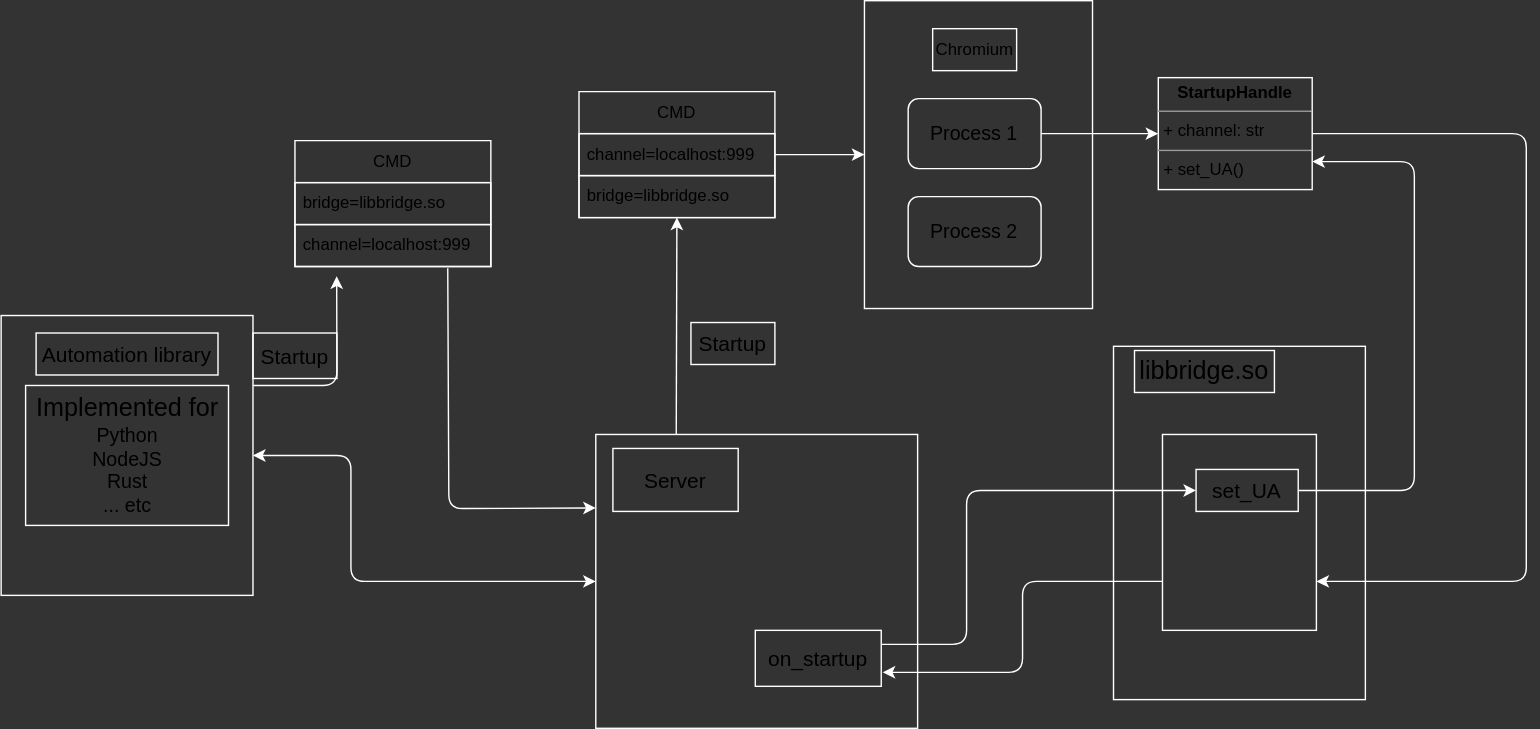
Earlier version of the draw.io export chrx/bridge.drawio.svg (chrxer/chrx-design). Source tidied: cells renumbered, new cells last; positions are measured from the earlier drawing's top-left corner, leaving out a move shared by most shapes.
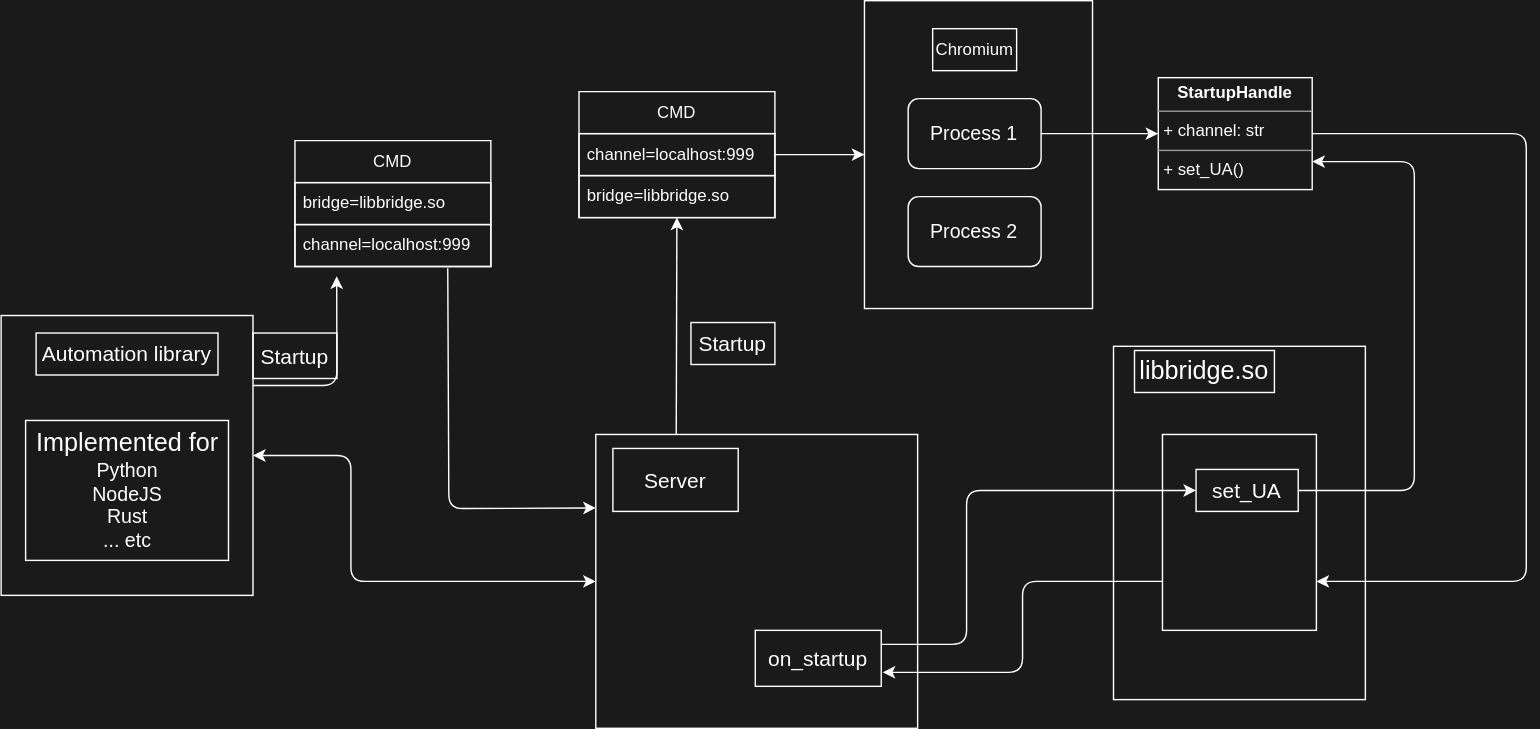
The same diagram one commit later.

Change to the diagram source:
```diff
@@ -1,23 +1,23 @@
-<mxGraphModel background="#333333">
+<mxGraphModel background="#1A1A1A">
   <root>
     <mxCell id="0" />
     <mxCell id="1" parent="0" />
-    <mxCell id="2" style="rounded=0;whiteSpace=wrap;html=1;fillColor=none;strokeColor=#FFFFFF;fontColor=#000000;" parent="1" vertex="1">
+    <mxCell id="2" style="rounded=0;whiteSpace=wrap;html=1;fillColor=none;strokeColor=#FFFFFF;fontColor=#FFFFFF;" parent="1" vertex="1">
       <mxGeometry x="617" width="163" height="220" as="geometry" />
     </mxCell>
-    <mxCell id="3" value="CMD" style="swimlane;fontStyle=0;horizontal=1;startSize=30;whiteSpace=wrap;html=1;fillColor=none;strokeColor=#FFFFFF;fontColor=#000000;" parent="1" vertex="1">
+    <mxCell id="3" value="CMD" style="swimlane;fontStyle=0;horizontal=1;startSize=30;whiteSpace=wrap;html=1;fillColor=none;strokeColor=#FFFFFF;fontColor=#FFFFFF;" parent="1" vertex="1">
       <mxGeometry x="413" y="65" width="140" height="90" as="geometry" />
     </mxCell>
-    <mxCell id="4" value="channel=localhost:999" style="text;strokeColor=#FFFFFF;fillColor=none;align=left;verticalAlign=middle;spacingLeft=4;spacingRight=4;overflow=hidden;points=[[0,0.5],[1,0.5]];portConstraint=eastwest;whiteSpace=wrap;html=1;fontColor=#000000;" parent="3" vertex="1">
+    <mxCell id="4" value="channel=localhost:999" style="text;strokeColor=#FFFFFF;fillColor=none;align=left;verticalAlign=middle;spacingLeft=4;spacingRight=4;overflow=hidden;points=[[0,0.5],[1,0.5]];portConstraint=eastwest;whiteSpace=wrap;html=1;fontColor=#FFFFFF;" parent="3" vertex="1">
       <mxGeometry y="30" width="140" height="30" as="geometry" />
     </mxCell>
-    <mxCell id="5" value="bridge=libbridge.so" style="text;strokeColor=#FFFFFF;fillColor=none;align=left;verticalAlign=middle;spacingLeft=4;spacingRight=4;overflow=hidden;points=[[0,0.5],[1,0.5]];portConstraint=eastwest;whiteSpace=wrap;html=1;fontColor=#000000;" parent="3" vertex="1">
+    <mxCell id="5" value="bridge=libbridge.so" style="text;strokeColor=#FFFFFF;fillColor=none;align=left;verticalAlign=middle;spacingLeft=4;spacingRight=4;overflow=hidden;points=[[0,0.5],[1,0.5]];portConstraint=eastwest;whiteSpace=wrap;html=1;fontColor=#FFFFFF;" parent="3" vertex="1">
       <mxGeometry y="60" width="140" height="30" as="geometry" />
     </mxCell>
-    <mxCell id="6" style="edgeStyle=none;html=1;exitX=1;exitY=0.5;exitDx=0;exitDy=0;entryX=0;entryY=0.5;entryDx=0;entryDy=0;strokeColor=#FFFFFF;fontColor=#000000;" parent="1" edge="1" source="4" target="2">
+    <mxCell id="6" style="edgeStyle=none;html=1;exitX=1;exitY=0.5;exitDx=0;exitDy=0;entryX=0;entryY=0.5;entryDx=0;entryDy=0;strokeColor=#FFFFFF;fontColor=#FFFFFF;" parent="1" edge="1" source="4" target="2">
       <mxGeometry relative="1" as="geometry" />
     </mxCell>
-    <mxCell id="7" style="edgeStyle=none;html=1;exitX=1;exitY=0.5;exitDx=0;exitDy=0;fontSize=15;entryX=1;entryY=0.75;entryDx=0;entryDy=0;strokeColor=#FFFFFF;fontColor=#000000;" parent="1" edge="1" source="8" target="23">
+    <mxCell id="7" style="edgeStyle=none;html=1;exitX=1;exitY=0.5;exitDx=0;exitDy=0;fontSize=15;entryX=1;entryY=0.75;entryDx=0;entryDy=0;strokeColor=#FFFFFF;fontColor=#FFFFFF;" parent="1" edge="1" source="8" target="23">
       <mxGeometry relative="1" as="geometry">
         <Array as="points">
           <mxPoint x="1090" y="95" />
@@ -25,49 +25,49 @@
         </Array>
       </mxGeometry>
     </mxCell>
-    <mxCell id="8" value="&lt;p style=&quot;margin:0px;margin-top:4px;text-align:center;&quot;&gt;&lt;b&gt;StartupHandle&lt;/b&gt;&lt;/p&gt;&lt;hr size=&quot;1&quot;&gt;&lt;p style=&quot;margin:0px;margin-left:4px;&quot;&gt;+ channel: str&amp;nbsp;&lt;/p&gt;&lt;hr size=&quot;1&quot;&gt;&lt;p style=&quot;margin:0px;margin-left:4px;&quot;&gt;+ set_UA()&lt;/p&gt;" style="verticalAlign=top;align=left;overflow=fill;fontSize=12;fontFamily=Helvetica;html=1;fillColor=none;strokeColor=#FFFFFF;fontColor=#000000;" parent="1" vertex="1">
+    <mxCell id="8" value="&lt;p style=&quot;margin:0px;margin-top:4px;text-align:center;&quot;&gt;&lt;b&gt;StartupHandle&lt;/b&gt;&lt;/p&gt;&lt;hr size=&quot;1&quot;&gt;&lt;p style=&quot;margin:0px;margin-left:4px;&quot;&gt;+ channel: str&amp;nbsp;&lt;/p&gt;&lt;hr size=&quot;1&quot;&gt;&lt;p style=&quot;margin:0px;margin-left:4px;&quot;&gt;+ set_UA()&lt;/p&gt;" style="verticalAlign=top;align=left;overflow=fill;fontSize=12;fontFamily=Helvetica;html=1;fillColor=none;strokeColor=#FFFFFF;fontColor=#FFFFFF;" parent="1" vertex="1">
       <mxGeometry x="827" y="55" width="110" height="80" as="geometry" />
     </mxCell>
-    <mxCell id="9" style="edgeStyle=none;html=1;exitX=1;exitY=0.5;exitDx=0;exitDy=0;entryX=0;entryY=0.5;entryDx=0;entryDy=0;strokeColor=#FFFFFF;fontColor=#000000;" parent="1" edge="1" source="10" target="8">
+    <mxCell id="9" style="edgeStyle=none;html=1;exitX=1;exitY=0.5;exitDx=0;exitDy=0;entryX=0;entryY=0.5;entryDx=0;entryDy=0;strokeColor=#FFFFFF;fontColor=#FFFFFF;" parent="1" edge="1" source="10" target="8">
       <mxGeometry relative="1" as="geometry" />
     </mxCell>
-    <mxCell id="10" value="&lt;font style=&quot;font-size: 14px;&quot;&gt;Process 1&lt;/font&gt;" style="rounded=1;whiteSpace=wrap;html=1;fillColor=none;strokeColor=#FFFFFF;fontColor=#000000;" parent="1" vertex="1">
+    <mxCell id="10" value="&lt;font style=&quot;font-size: 14px;&quot;&gt;Process 1&lt;/font&gt;" style="rounded=1;whiteSpace=wrap;html=1;fillColor=none;strokeColor=#FFFFFF;fontColor=#FFFFFF;" parent="1" vertex="1">
       <mxGeometry x="648.2" y="70" width="95" height="50" as="geometry" />
     </mxCell>
-    <mxCell id="11" value="&lt;font style=&quot;font-size: 14px;&quot;&gt;Process 2&lt;/font&gt;" style="rounded=1;whiteSpace=wrap;html=1;fillColor=none;strokeColor=#FFFFFF;fontColor=#000000;" parent="1" vertex="1">
+    <mxCell id="11" value="&lt;font style=&quot;font-size: 14px;&quot;&gt;Process 2&lt;/font&gt;" style="rounded=1;whiteSpace=wrap;html=1;fillColor=none;strokeColor=#FFFFFF;fontColor=#FFFFFF;" parent="1" vertex="1">
       <mxGeometry x="648.2" y="140" width="95" height="50" as="geometry" />
     </mxCell>
-    <mxCell id="12" value="Chromium" style="text;html=1;strokeColor=#FFFFFF;fillColor=none;align=center;verticalAlign=middle;whiteSpace=wrap;rounded=0;fontColor=#000000;" parent="1" vertex="1">
+    <mxCell id="12" value="Chromium" style="text;html=1;strokeColor=#FFFFFF;fillColor=none;align=center;verticalAlign=middle;whiteSpace=wrap;rounded=0;fontColor=#FFFFFF;" parent="1" vertex="1">
       <mxGeometry x="665.8" y="20" width="60" height="30" as="geometry" />
     </mxCell>
-    <mxCell id="13" style="rounded=0;whiteSpace=wrap;html=1;fillColor=none;strokeColor=#FFFFFF;fontColor=#000000;" parent="1" vertex="1">
+    <mxCell id="13" style="rounded=0;whiteSpace=wrap;html=1;fillColor=none;strokeColor=#FFFFFF;fontColor=#FFFFFF;" parent="1" vertex="1">
       <mxGeometry x="795" y="247" width="180" height="252.5" as="geometry" />
     </mxCell>
-    <mxCell id="14" value="&lt;font style=&quot;font-size: 18px;&quot;&gt;libbridge.so&lt;/font&gt;" style="text;html=1;strokeColor=#FFFFFF;fillColor=none;align=center;verticalAlign=middle;whiteSpace=wrap;rounded=0;fontSize=18;fontColor=#000000;" parent="1" vertex="1">
+    <mxCell id="14" value="&lt;font style=&quot;font-size: 18px;&quot;&gt;libbridge.so&lt;/font&gt;" style="text;html=1;strokeColor=#FFFFFF;fillColor=none;align=center;verticalAlign=middle;whiteSpace=wrap;rounded=0;fontSize=18;fontColor=#FFFFFF;" parent="1" vertex="1">
       <mxGeometry x="810" y="250" width="100" height="30" as="geometry" />
     </mxCell>
-    <mxCell id="15" value="CMD" style="swimlane;fontStyle=0;horizontal=1;startSize=30;whiteSpace=wrap;html=1;fillColor=none;strokeColor=#FFFFFF;fontColor=#000000;" parent="1" vertex="1">
+    <mxCell id="15" value="CMD" style="swimlane;fontStyle=0;horizontal=1;startSize=30;whiteSpace=wrap;html=1;fillColor=none;strokeColor=#FFFFFF;fontColor=#FFFFFF;" parent="1" vertex="1">
       <mxGeometry x="210" y="100" width="140" height="90" as="geometry" />
     </mxCell>
-    <mxCell id="16" value="bridge=libbridge.so" style="text;strokeColor=#FFFFFF;fillColor=none;align=left;verticalAlign=middle;spacingLeft=4;spacingRight=4;overflow=hidden;whiteSpace=wrap;html=1;fontColor=#000000;" parent="15" vertex="1">
+    <mxCell id="16" value="bridge=libbridge.so" style="text;strokeColor=#FFFFFF;fillColor=none;align=left;verticalAlign=middle;spacingLeft=4;spacingRight=4;overflow=hidden;whiteSpace=wrap;html=1;fontColor=#FFFFFF;" parent="15" vertex="1">
       <mxGeometry y="30" width="140" height="30" as="geometry" />
     </mxCell>
-    <mxCell id="17" value="channel=localhost:999" style="text;strokeColor=#FFFFFF;fillColor=none;align=left;verticalAlign=middle;spacingLeft=4;spacingRight=4;overflow=hidden;points=[[0,0.5],[1,0.5]];portConstraint=eastwest;whiteSpace=wrap;html=1;fontColor=#000000;" parent="15" vertex="1">
+    <mxCell id="17" value="channel=localhost:999" style="text;strokeColor=#FFFFFF;fillColor=none;align=left;verticalAlign=middle;spacingLeft=4;spacingRight=4;overflow=hidden;points=[[0,0.5],[1,0.5]];portConstraint=eastwest;whiteSpace=wrap;html=1;fontColor=#FFFFFF;" parent="15" vertex="1">
       <mxGeometry y="60" width="140" height="30" as="geometry" />
     </mxCell>
-    <mxCell id="18" value="Startup" style="text;html=1;strokeColor=#FFFFFF;fillColor=none;align=center;verticalAlign=middle;whiteSpace=wrap;rounded=0;fontSize=15;fontColor=#000000;" parent="1" vertex="1">
+    <mxCell id="18" value="Startup" style="text;html=1;strokeColor=#FFFFFF;fillColor=none;align=center;verticalAlign=middle;whiteSpace=wrap;rounded=0;fontSize=15;fontColor=#FFFFFF;" parent="1" vertex="1">
       <mxGeometry x="493" y="230" width="60" height="30" as="geometry" />
     </mxCell>
-    <mxCell id="19" style="edgeStyle=none;html=1;exitX=0.25;exitY=0;exitDx=0;exitDy=0;fontSize=15;strokeColor=#FFFFFF;fontColor=#000000;" parent="1" edge="1" source="20" target="5">
+    <mxCell id="19" style="edgeStyle=none;html=1;exitX=0.25;exitY=0;exitDx=0;exitDy=0;fontSize=15;strokeColor=#FFFFFF;fontColor=#FFFFFF;" parent="1" edge="1" source="20" target="5">
       <mxGeometry relative="1" as="geometry" />
     </mxCell>
-    <mxCell id="20" style="rounded=0;whiteSpace=wrap;html=1;fillColor=none;strokeColor=#FFFFFF;fontColor=#000000;" parent="1" vertex="1">
+    <mxCell id="20" style="rounded=0;whiteSpace=wrap;html=1;fillColor=none;strokeColor=#FFFFFF;fontColor=#FFFFFF;" parent="1" vertex="1">
       <mxGeometry x="425" y="310" width="230" height="210" as="geometry" />
     </mxCell>
-    <mxCell id="21" value="Server" style="text;html=1;strokeColor=#FFFFFF;fillColor=none;align=center;verticalAlign=middle;whiteSpace=wrap;rounded=0;fontSize=15;fontColor=#000000;" parent="1" vertex="1">
+    <mxCell id="21" value="Server" style="text;html=1;strokeColor=#FFFFFF;fillColor=none;align=center;verticalAlign=middle;whiteSpace=wrap;rounded=0;fontSize=15;fontColor=#FFFFFF;" parent="1" vertex="1">
       <mxGeometry x="437.2" y="320" width="89.5" height="45" as="geometry" />
     </mxCell>
-    <mxCell id="22" style="edgeStyle=none;html=1;exitX=0;exitY=0.75;exitDx=0;exitDy=0;fontSize=15;strokeColor=#FFFFFF;fontColor=#000000;" parent="1" edge="1" source="23">
+    <mxCell id="22" style="edgeStyle=none;html=1;exitX=0;exitY=0.75;exitDx=0;exitDy=0;fontSize=15;strokeColor=#FFFFFF;fontColor=#FFFFFF;" parent="1" edge="1" source="23">
       <mxGeometry relative="1" as="geometry">
         <mxPoint x="630" y="480" as="targetPoint" />
         <Array as="points">
@@ -76,10 +76,10 @@
         </Array>
       </mxGeometry>
     </mxCell>
-    <mxCell id="23" style="rounded=0;whiteSpace=wrap;html=1;fontSize=15;fillColor=none;strokeColor=#FFFFFF;fontColor=#000000;" parent="1" vertex="1">
+    <mxCell id="23" style="rounded=0;whiteSpace=wrap;html=1;fontSize=15;fillColor=none;strokeColor=#FFFFFF;fontColor=#FFFFFF;" parent="1" vertex="1">
       <mxGeometry x="830" y="310" width="110" height="140" as="geometry" />
     </mxCell>
-    <mxCell id="24" style="edgeStyle=none;html=1;exitX=1;exitY=0.25;exitDx=0;exitDy=0;entryX=0;entryY=0.5;entryDx=0;entryDy=0;fontSize=15;strokeColor=#FFFFFF;fontColor=#000000;" parent="1" edge="1" source="25" target="30">
+    <mxCell id="24" style="edgeStyle=none;html=1;exitX=1;exitY=0.25;exitDx=0;exitDy=0;entryX=0;entryY=0.5;entryDx=0;entryDy=0;fontSize=15;strokeColor=#FFFFFF;fontColor=#FFFFFF;" parent="1" edge="1" source="25" target="30">
       <mxGeometry relative="1" as="geometry">
         <Array as="points">
           <mxPoint x="690" y="460" />
@@ -87,23 +87,23 @@
         </Array>
       </mxGeometry>
     </mxCell>
-    <mxCell id="25" value="on_startup" style="rounded=0;whiteSpace=wrap;html=1;fontSize=15;fillColor=none;strokeColor=#FFFFFF;fontColor=#000000;" parent="1" vertex="1">
+    <mxCell id="25" value="on_startup" style="rounded=0;whiteSpace=wrap;html=1;fontSize=15;fillColor=none;strokeColor=#FFFFFF;fontColor=#FFFFFF;" parent="1" vertex="1">
       <mxGeometry x="539" y="450" width="90" height="40" as="geometry" />
     </mxCell>
-    <mxCell id="26" style="edgeStyle=none;html=1;exitX=1;exitY=0.25;exitDx=0;exitDy=0;entryX=0.213;entryY=1.233;entryDx=0;entryDy=0;fontSize=15;entryPerimeter=0;strokeColor=#FFFFFF;fontColor=#000000;" parent="1" edge="1" source="27" target="17">
+    <mxCell id="26" style="edgeStyle=none;html=1;exitX=1;exitY=0.25;exitDx=0;exitDy=0;entryX=0.213;entryY=1.233;entryDx=0;entryDy=0;fontSize=15;entryPerimeter=0;strokeColor=#FFFFFF;fontColor=#FFFFFF;" parent="1" edge="1" source="27" target="17">
       <mxGeometry relative="1" as="geometry">
         <Array as="points">
           <mxPoint x="240" y="275" />
         </Array>
       </mxGeometry>
     </mxCell>
-    <mxCell id="27" style="rounded=0;whiteSpace=wrap;html=1;fontSize=15;fillColor=none;strokeColor=#FFFFFF;fontColor=#000000;" parent="1" vertex="1">
+    <mxCell id="27" style="rounded=0;whiteSpace=wrap;html=1;fontSize=15;fillColor=none;strokeColor=#FFFFFF;fontColor=#FFFFFF;" parent="1" vertex="1">
       <mxGeometry y="225" width="180" height="200" as="geometry" />
     </mxCell>
-    <mxCell id="28" value="Automation library" style="text;html=1;strokeColor=#FFFFFF;fillColor=none;align=center;verticalAlign=middle;whiteSpace=wrap;rounded=0;fontSize=15;fontColor=#000000;" parent="1" vertex="1">
+    <mxCell id="28" value="Automation library" style="text;html=1;strokeColor=#FFFFFF;fillColor=none;align=center;verticalAlign=middle;whiteSpace=wrap;rounded=0;fontSize=15;fontColor=#FFFFFF;" parent="1" vertex="1">
       <mxGeometry x="25" y="237.5" width="130" height="30" as="geometry" />
     </mxCell>
-    <mxCell id="29" style="edgeStyle=none;html=1;exitX=1;exitY=0.5;exitDx=0;exitDy=0;entryX=1;entryY=0.75;entryDx=0;entryDy=0;fontSize=15;strokeColor=#FFFFFF;fontColor=#000000;" parent="1" edge="1" source="30" target="8">
+    <mxCell id="29" style="edgeStyle=none;html=1;exitX=1;exitY=0.5;exitDx=0;exitDy=0;entryX=1;entryY=0.75;entryDx=0;entryDy=0;fontSize=15;strokeColor=#FFFFFF;fontColor=#FFFFFF;" parent="1" edge="1" source="30" target="8">
       <mxGeometry relative="1" as="geometry">
         <Array as="points">
           <mxPoint x="1010" y="350" />
@@ -111,13 +111,13 @@
         </Array>
       </mxGeometry>
     </mxCell>
-    <mxCell id="30" value="set_UA" style="rounded=0;whiteSpace=wrap;html=1;fontSize=15;fillColor=none;strokeColor=#FFFFFF;fontColor=#000000;" parent="1" vertex="1">
+    <mxCell id="30" value="set_UA" style="rounded=0;whiteSpace=wrap;html=1;fontSize=15;fillColor=none;strokeColor=#FFFFFF;fontColor=#FFFFFF;" parent="1" vertex="1">
       <mxGeometry x="854" y="335" width="73" height="30" as="geometry" />
     </mxCell>
-    <mxCell id="31" value="Startup" style="text;html=1;strokeColor=#FFFFFF;fillColor=none;align=center;verticalAlign=middle;whiteSpace=wrap;rounded=0;fontSize=15;fontColor=#000000;" parent="1" vertex="1">
+    <mxCell id="31" value="Startup" style="text;html=1;strokeColor=#FFFFFF;fillColor=none;align=center;verticalAlign=middle;whiteSpace=wrap;rounded=0;fontSize=15;fontColor=#FFFFFF;" parent="1" vertex="1">
       <mxGeometry x="180" y="237.5" width="60" height="32.5" as="geometry" />
     </mxCell>
-    <mxCell id="32" style="endArrow=classic;startArrow=classic;html=1;fontSize=15;exitX=1;exitY=0.5;exitDx=0;exitDy=0;entryX=0;entryY=0.5;entryDx=0;entryDy=0;strokeColor=#FFFFFF;fontColor=#000000;" parent="1" edge="1" source="27" target="20">
+    <mxCell id="32" style="endArrow=classic;startArrow=classic;html=1;fontSize=15;exitX=1;exitY=0.5;exitDx=0;exitDy=0;entryX=0;entryY=0.5;entryDx=0;entryDy=0;strokeColor=#FFFFFF;fontColor=#FFFFFF;" parent="1" edge="1" source="27" target="20">
       <mxGeometry relative="1" as="geometry">
         <Array as="points">
           <mxPoint x="250" y="325" />
@@ -125,15 +125,15 @@
         </Array>
       </mxGeometry>
     </mxCell>
-    <mxCell id="33" style="edgeStyle=none;html=1;exitX=0.78;exitY=1.043;exitDx=0;exitDy=0;entryX=0;entryY=0.25;entryDx=0;entryDy=0;exitPerimeter=0;strokeColor=#FFFFFF;fontColor=#000000;" parent="1" edge="1" source="17" target="20">
+    <mxCell id="33" style="edgeStyle=none;html=1;exitX=0.78;exitY=1.043;exitDx=0;exitDy=0;entryX=0;entryY=0.25;entryDx=0;entryDy=0;exitPerimeter=0;strokeColor=#FFFFFF;fontColor=#FFFFFF;" parent="1" edge="1" source="17" target="20">
       <mxGeometry relative="1" as="geometry">
         <Array as="points">
           <mxPoint x="320" y="363" />
         </Array>
       </mxGeometry>
     </mxCell>
-    <mxCell id="34" value="&lt;font style=&quot;&quot;&gt;&lt;span style=&quot;font-size: 18px;&quot;&gt;Implemented for&lt;/span&gt;&lt;br&gt;&lt;font style=&quot;font-size: 14px;&quot;&gt;Python&lt;br&gt;NodeJS&lt;br&gt;Rust&lt;br&gt;... etc&lt;/font&gt;&lt;br&gt;&lt;/font&gt;" style="text;html=1;strokeColor=#FFFFFF;fillColor=none;align=center;verticalAlign=middle;whiteSpace=wrap;rounded=0;fontColor=#000000;" parent="1" vertex="1">
-      <mxGeometry x="17.5" y="275" width="145" height="100" as="geometry" />
+    <mxCell id="34" value="&lt;font style=&quot;&quot;&gt;&lt;span style=&quot;font-size: 18px;&quot;&gt;Implemented for&lt;/span&gt;&lt;br&gt;&lt;font style=&quot;font-size: 14px;&quot;&gt;Python&lt;br&gt;NodeJS&lt;br&gt;Rust&lt;br&gt;... etc&lt;/font&gt;&lt;br&gt;&lt;/font&gt;" style="text;html=1;strokeColor=#FFFFFF;fillColor=none;align=center;verticalAlign=middle;whiteSpace=wrap;rounded=0;fontColor=#FFFFFF;" parent="1" vertex="1">
+      <mxGeometry x="17.5" y="300" width="145" height="100" as="geometry" />
     </mxCell>
   </root>
 </mxGraphModel>
```
